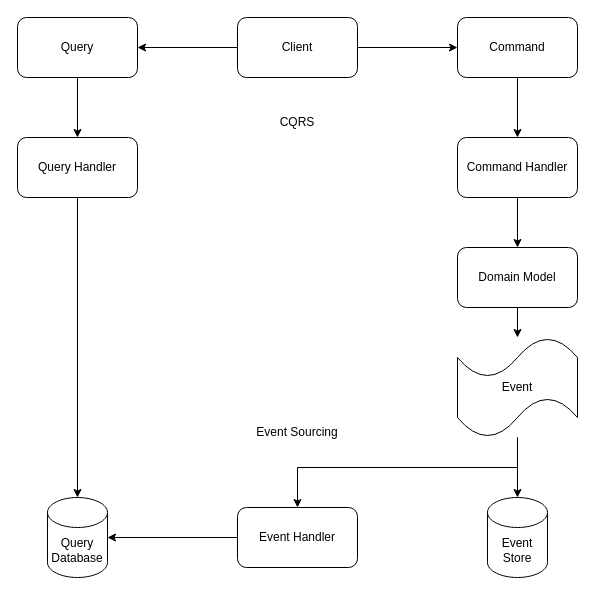
Before: CQRS and Event Sourcing.drawio in sukantagarwal/Event-Driven-Apps-Architectures, a draw.io diagram. Source tidied: cells renumbered, new cells numbered last; positions are measured from the earlier drawing's top-left corner, leaving out a move shared by most shapes. Both pictures are drawn from the tidied source at 100%, with x=0, y=0 at pixel (17, 17).
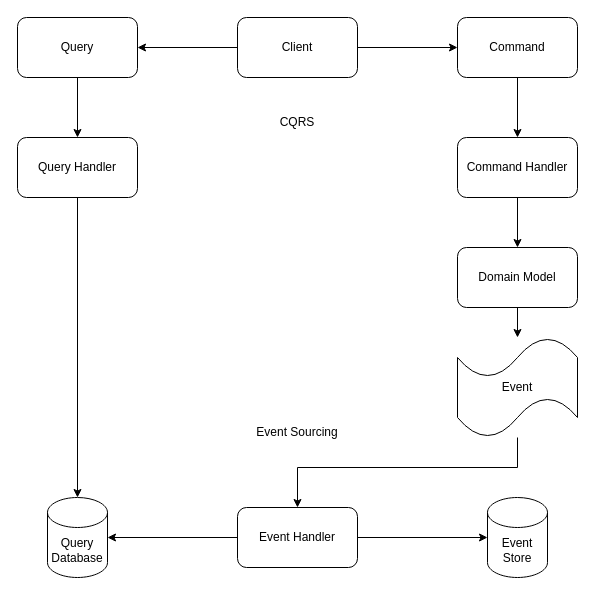
The same diagram, later.

Unchanged cells that the change refers to:
```xml
<mxCell id="11" value="Event Store" style="shape=cylinder3;whiteSpace=wrap;html=1;boundedLbl=1;backgroundOutline=1;size=15;" parent="1" vertex="1">
  <mxGeometry x="470" y="480" width="60" height="80" as="geometry" />
</mxCell>
<mxCell id="13" value="Event Handler" style="rounded=1;whiteSpace=wrap;html=1;" parent="1" vertex="1">
  <mxGeometry x="220" y="490" width="120" height="60" as="geometry" />
</mxCell>
<mxCell id="21" value="Event" style="shape=tape;whiteSpace=wrap;html=1;" parent="1" vertex="1">
  <mxGeometry x="440" y="320" width="120" height="100" as="geometry" />
</mxCell>
```

What changed in the source:
```diff
@@
+    <mxCell id="24" style="edgeStyle=orthogonalEdgeStyle;rounded=0;jettySize=auto;html=1;entryX=0;entryY=0.5;entryDx=0;entryDy=0;entryPerimeter=0;" parent="1" edge="1" source="13" target="11">
+      <mxGeometry relative="1" as="geometry" />
+    </mxCell>
@@
-    <mxCell id="20" style="edgeStyle=orthogonalEdgeStyle;rounded=0;jettySize=auto;html=1;entryX=0.5;entryY=0;entryDx=0;entryDy=0;entryPerimeter=0;" parent="1" edge="1" source="21" target="11">
-      <mxGeometry relative="1" as="geometry" />
-    </mxCell>
```
